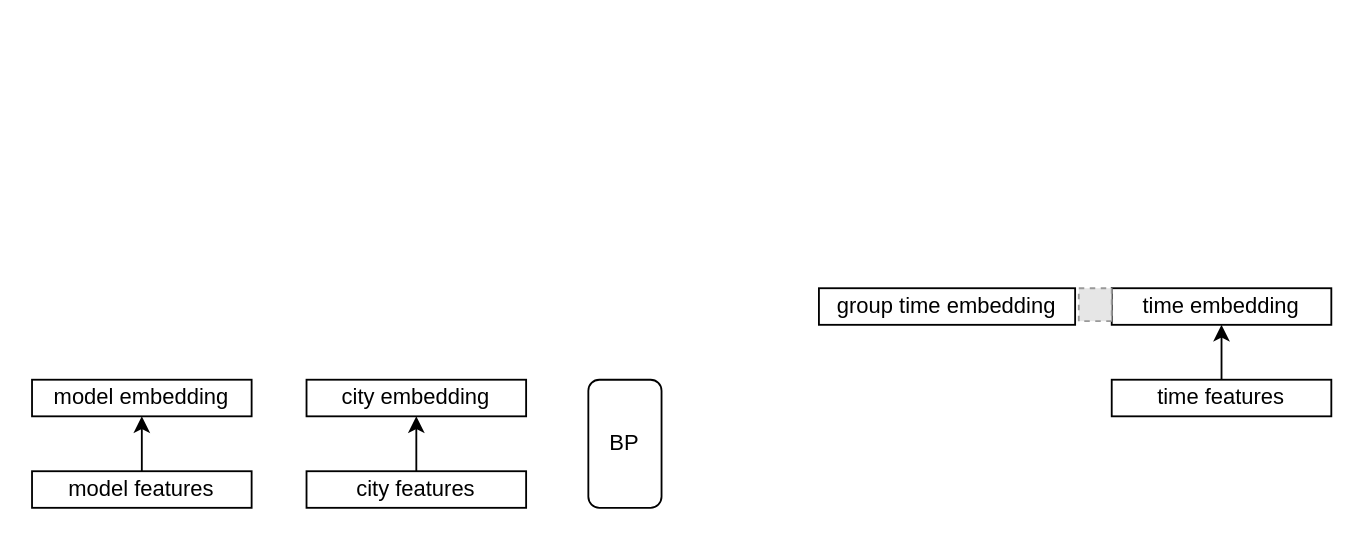
Above: 未命名绘图.drawio in lizzyYe/drawio (draw.io), before the change. Source tidied: cells renumbered, new cells numbered last; positions are measured from the earlier drawing's top-left corner, leaving out a move shared by most shapes. Both pictures are drawn from the tidied source at 183%, with x=0, y=0 at pixel (31, 287). Pictures stored in the file or linked from it are replaced by grey dashed boxes.
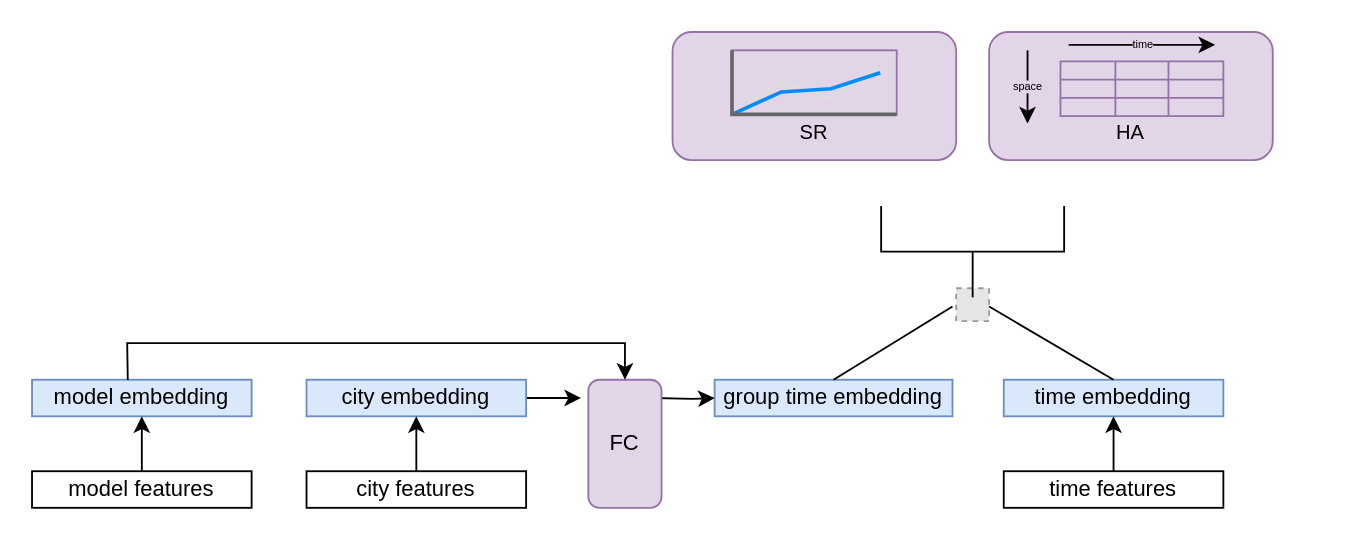
The same diagram, later.

Commit message (it also covers changes not shown here):
更新未命名绘图.drawio

Change to the diagram source:
```diff
@@
+    <mxCell id="14" value="&lt;br&gt;&lt;br&gt;&lt;br&gt;HA" style="rounded=1;whiteSpace=wrap;html=1;strokeWidth=1;fontSize=11;fillColor=#e1d5e7;strokeColor=#9673a6;" parent="1" vertex="1">
+      <mxGeometry x="523" y="-140" width="155" height="70" as="geometry" />
+    </mxCell>
+    <mxCell id="15" value="&lt;br&gt;&lt;br&gt;&lt;br&gt;SR" style="rounded=1;whiteSpace=wrap;html=1;strokeWidth=1;fontSize=11;fillColor=#e1d5e7;strokeColor=#9673a6;" parent="1" vertex="1">
+      <mxGeometry x="350" y="-140" width="155" height="70" as="geometry" />
+    </mxCell>
-    <mxCell id="2" value="model embedding" style="rounded=0;whiteSpace=wrap;html=1;" parent="1" vertex="1">
+    <mxCell id="2" value="model embedding" style="rounded=0;whiteSpace=wrap;html=1;fillColor=#dae8fc;strokeColor=#6c8ebf;" parent="1" vertex="1">
       <mxGeometry y="50" width="120" height="20" as="geometry" />
     </mxCell>
+    <mxCell id="16" style="edgeStyle=orthogonalEdgeStyle;rounded=0;jettySize=auto;html=1;fontColor=#000000;" parent="1" edge="1" source="3">
+      <mxGeometry relative="1" as="geometry">
+        <mxPoint x="300" y="60" as="targetPoint" />
+      </mxGeometry>
+    </mxCell>
-    <mxCell id="3" value="city embedding" style="rounded=0;whiteSpace=wrap;html=1;" parent="1" vertex="1">
+    <mxCell id="3" value="city embedding" style="rounded=0;whiteSpace=wrap;html=1;fillColor=#dae8fc;strokeColor=#6c8ebf;" parent="1" vertex="1">
       <mxGeometry x="150" y="50" width="120" height="20" as="geometry" />
     </mxCell>
-    <mxCell id="4" value="time embedding" style="rounded=0;whiteSpace=wrap;html=1;" parent="1" vertex="1">
-      <mxGeometry x="590" width="120" height="20" as="geometry" />
+    <mxCell id="4" value="time embedding" style="rounded=0;whiteSpace=wrap;html=1;fillColor=#dae8fc;strokeColor=#6c8ebf;" parent="1" vertex="1">
+      <mxGeometry x="531" y="50" width="120" height="20" as="geometry" />
     </mxCell>
@@
     <mxCell id="10" value="time features" style="rounded=0;whiteSpace=wrap;html=1;" parent="1" vertex="1">
-      <mxGeometry x="590" y="50" width="120" height="20" as="geometry" />
+      <mxGeometry x="531" y="100" width="120" height="20" as="geometry" />
     </mxCell>
-    <mxCell id="11" value="group time embedding" style="whiteSpace=wrap;html=1;" parent="1" vertex="1">
-      <mxGeometry x="430" width="140" height="20" as="geometry" />
+    <mxCell id="11" value="group time embedding" style="whiteSpace=wrap;html=1;fillColor=#dae8fc;strokeColor=#6c8ebf;" parent="1" vertex="1">
+      <mxGeometry x="373" y="50" width="130" height="20" as="geometry" />
     </mxCell>
     <mxCell id="12" style="fillColor=#E6E6E6;strokeColor=#999999;dashed=1;html=1;verticalAlign=top;verticalLabelPosition=bottom;labelBackgroundColor=#ffffff;" parent="1" vertex="1">
-      <mxGeometry x="572" width="18" height="18" as="geometry" />
+      <mxGeometry x="505" width="18" height="18" as="geometry" />
     </mxCell>
+    <mxCell id="17" style="edgeStyle=orthogonalEdgeStyle;rounded=0;jettySize=auto;html=1;fontSize=11;fontColor=#000000;" parent="1" edge="1" target="11">
+      <mxGeometry relative="1" as="geometry">
+        <mxPoint x="340" y="60" as="sourcePoint" />
+      </mxGeometry>
+    </mxCell>
-    <mxCell id="13" value="&lt;font color=&quot;#000000&quot;&gt;BP&lt;br&gt;&lt;/font&gt;" style="rounded=1;whiteSpace=wrap;html=1;fontColor=#FFFFFF;" parent="1" vertex="1">
+    <mxCell id="13" value="&lt;font color=&quot;#000000&quot;&gt;FC&lt;br&gt;&lt;/font&gt;" style="rounded=1;whiteSpace=wrap;html=1;fillColor=#e1d5e7;strokeColor=#9673a6;" parent="1" vertex="1">
       <mxGeometry x="304" y="50" width="40" height="70" as="geometry" />
     </mxCell>
+    <mxCell id="18" style="endArrow=classic;html=1;rounded=0;fontColor=#000000;exitX=0.436;exitY=0.009;exitDx=0;exitDy=0;exitPerimeter=0;entryX=0.5;entryY=0;entryDx=0;entryDy=0;" parent="1" edge="1" source="2" target="13">
+      <mxGeometry relative="1" as="geometry">
+        <Array as="points">
+          <mxPoint x="52" y="30" />
+          <mxPoint x="324" y="30" />
+        </Array>
+      </mxGeometry>
+    </mxCell>
+    <mxCell id="19" style="endArrow=none;html=1;rounded=0;fontColor=#000000;exitX=0.5;exitY=0;exitDx=0;exitDy=0;" parent="1" edge="1" source="11">
+      <mxGeometry relative="1" as="geometry">
+        <mxPoint x="503" y="10" as="targetPoint" />
+      </mxGeometry>
+    </mxCell>
+    <mxCell id="20" style="endArrow=none;html=1;rounded=0;fontColor=#000000;exitX=0.5;exitY=0;exitDx=0;exitDy=0;" parent="1" edge="1" source="4">
+      <mxGeometry relative="1" as="geometry">
+        <mxPoint x="523" y="10" as="targetPoint" />
+      </mxGeometry>
+    </mxCell>
+    <mxCell id="21" style="shape=table;html=1;whiteSpace=wrap;startSize=0;childLayout=tableLayout;fillColor=#e1d5e7;strokeColor=#9673a6;" parent="1" vertex="1">
+      <mxGeometry x="562" y="-124" width="89" height="30" as="geometry" />
+    </mxCell>
+    <mxCell id="22" style="shape=tableRow;horizontal=0;startSize=0;swimlaneHead=0;swimlaneBody=0;top=0;left=0;bottom=0;right=0;fillColor=none;fontColor=#000000;" parent="21" vertex="1">
+      <mxGeometry width="89" height="10" as="geometry" />
+    </mxCell>
+    <mxCell id="23" style="shape=partialRectangle;html=1;whiteSpace=wrap;fillColor=none;top=0;left=0;bottom=0;right=0;overflow=hidden;fontColor=#000000;" parent="22" vertex="1">
+      <mxGeometry width="30" height="10" as="geometry" />
+    </mxCell>
+    <mxCell id="24" style="shape=partialRectangle;html=1;whiteSpace=wrap;fillColor=none;top=0;left=0;bottom=0;right=0;overflow=hidden;fontColor=#000000;" parent="22" vertex="1">
+      <mxGeometry x="30" width="29" height="10" as="geometry" />
+    </mxCell>
+    <mxCell id="25" style="shape=partialRectangle;html=1;whiteSpace=wrap;fillColor=none;top=0;left=0;bottom=0;right=0;overflow=hidden;fontColor=#000000;" parent="22" vertex="1">
+      <mxGeometry x="59" width="30" height="10" as="geometry" />
+    </mxCell>
+    <mxCell id="26" style="shape=tableRow;horizontal=0;startSize=0;swimlaneHead=0;swimlaneBody=0;top=0;left=0;bottom=0;right=0;fillColor=none;fontColor=#000000;" parent="21" vertex="1">
+      <mxGeometry y="10" width="89" height="10" as="geometry" />
+    </mxCell>
+    <mxCell id="27" style="shape=partialRectangle;html=1;whiteSpace=wrap;fillColor=none;top=0;left=0;bottom=0;right=0;overflow=hidden;fontColor=#000000;" parent="26" vertex="1">
+      <mxGeometry width="30" height="10" as="geometry" />
+    </mxCell>
+    <mxCell id="28" style="shape=partialRectangle;html=1;whiteSpace=wrap;fillColor=none;top=0;left=0;bottom=0;right=0;overflow=hidden;fontColor=#000000;" parent="26" vertex="1">
+      <mxGeometry x="30" width="29" height="10" as="geometry" />
+    </mxCell>
+    <mxCell id="29" style="shape=partialRectangle;html=1;whiteSpace=wrap;fillColor=none;top=0;left=0;bottom=0;right=0;overflow=hidden;fontColor=#000000;" parent="26" vertex="1">
+      <mxGeometry x="59" width="30" height="10" as="geometry" />
+    </mxCell>
+    <mxCell id="30" style="shape=tableRow;horizontal=0;startSize=0;swimlaneHead=0;swimlaneBody=0;top=0;left=0;bottom=0;right=0;fillColor=none;fontColor=#000000;" parent="21" vertex="1">
+      <mxGeometry y="20" width="89" height="10" as="geometry" />
+    </mxCell>
+    <mxCell id="31" style="shape=partialRectangle;html=1;whiteSpace=wrap;fillColor=none;top=0;left=0;bottom=0;right=0;overflow=hidden;fontColor=#000000;" parent="30" vertex="1">
+      <mxGeometry width="30" height="10" as="geometry" />
+    </mxCell>
+    <mxCell id="32" style="shape=partialRectangle;html=1;whiteSpace=wrap;fillColor=none;top=0;left=0;bottom=0;right=0;overflow=hidden;fontColor=#000000;" parent="30" vertex="1">
+      <mxGeometry x="30" width="29" height="10" as="geometry" />
+    </mxCell>
+    <mxCell id="33" style="shape=partialRectangle;html=1;whiteSpace=wrap;fillColor=none;top=0;left=0;bottom=0;right=0;overflow=hidden;fontColor=#000000;" parent="30" vertex="1">
+      <mxGeometry x="59" width="30" height="10" as="geometry" />
+    </mxCell>
+    <mxCell id="34" style="verticalLabelPosition=bottom;shadow=0;dashed=0;align=center;html=1;verticalAlign=top;strokeWidth=1;shape=mxgraph.mockup.graphics.lineChart;strokeColor=#9673a6;strokeColor2=#666666;strokeColor3=#008cff;strokeColor4=#dddddd;fillColor=#e1d5e7;" parent="1" vertex="1">
+      <mxGeometry x="382.5" y="-130" width="90" height="35" as="geometry" />
+    </mxCell>
+    <mxCell id="35" style="strokeWidth=1;html=1;shape=mxgraph.flowchart.annotation_2;align=left;labelPosition=right;fontSize=11;fontColor=#000000;rotation=-90;" parent="1" vertex="1">
+      <mxGeometry x="489" y="-70" width="50" height="100" as="geometry" />
+    </mxCell>
+    <mxCell id="36" value="time" style="endArrow=classic;html=1;rounded=0;fontSize=6;fontColor=#000000;labelBackgroundColor=#E1D5E7;" parent="1" edge="1">
+      <mxGeometry relative="1" as="geometry">
+        <mxPoint x="566.5" y="-133" as="sourcePoint" />
+        <mxPoint x="646.5" y="-133" as="targetPoint" />
+      </mxGeometry>
+    </mxCell>
+    <mxCell id="37" value="space" style="endArrow=classic;html=1;rounded=0;fontSize=6;fontColor=#000000;labelBackgroundColor=#E1D5E7;" parent="1" edge="1">
+      <mxGeometry relative="1" as="geometry">
+        <mxPoint x="544" y="-130" as="sourcePoint" />
+        <mxPoint x="544" y="-90" as="targetPoint" />
+      </mxGeometry>
+    </mxCell>
```
